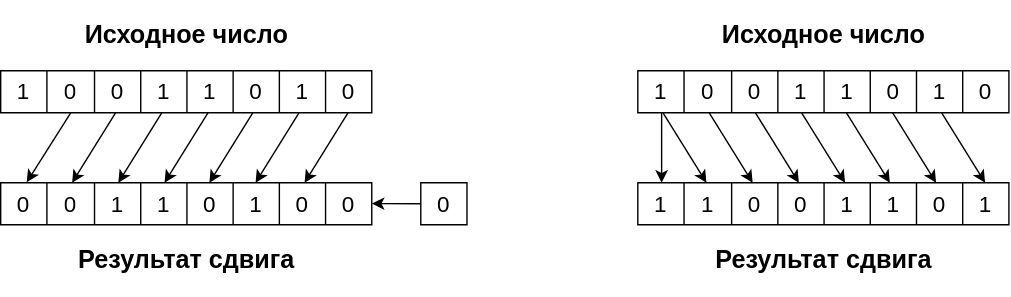
MPSU/APS keeps this draw.io diagram as .pic/Labs/lab_02_alu/fig_04.drawio.svg. Above is the earlier version. Source tidied: cells renumbered, new cells last; positions are measured from the earlier drawing's top-left corner, leaving out a move shared by most shapes.
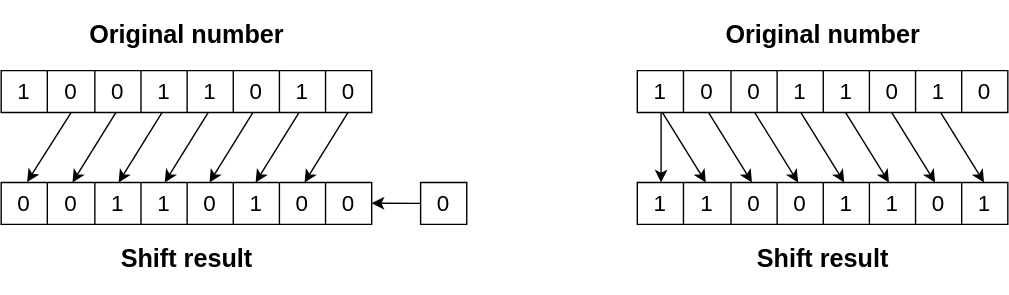
After the commit.

What changed in the source:
```diff
@@ -219,16 +219,16 @@
         <mxPoint x="504" y="120" as="targetPoint" />
       </mxGeometry>
     </mxCell>
-    <mxCell id="60" value="&lt;h2&gt;Исходное число&lt;/h2&gt;" style="text;html=1;align=center;verticalAlign=middle;whiteSpace=wrap;rounded=0;" parent="1" vertex="1">
+    <mxCell id="60" value="&lt;h2&gt;Original number&lt;/h2&gt;" style="text;html=1;align=center;verticalAlign=middle;whiteSpace=wrap;rounded=0;" parent="1" vertex="1">
       <mxGeometry x="47.5" width="170" height="30" as="geometry" />
     </mxCell>
-    <mxCell id="61" value="&lt;h2&gt;Результат сдвига&lt;/h2&gt;" style="text;html=1;align=center;verticalAlign=middle;whiteSpace=wrap;rounded=0;" parent="1" vertex="1">
+    <mxCell id="61" value="&lt;h2&gt;Shift result&lt;/h2&gt;" style="text;html=1;align=center;verticalAlign=middle;whiteSpace=wrap;rounded=0;" parent="1" vertex="1">
       <mxGeometry x="47.5" y="160" width="170" height="30" as="geometry" />
     </mxCell>
-    <mxCell id="62" value="&lt;h2&gt;Исходное число&lt;/h2&gt;" style="text;html=1;align=center;verticalAlign=middle;whiteSpace=wrap;rounded=0;" parent="1" vertex="1">
+    <mxCell id="62" value="&lt;h2&gt;Original number&lt;/h2&gt;" style="text;html=1;align=center;verticalAlign=middle;whiteSpace=wrap;rounded=0;" parent="1" vertex="1">
       <mxGeometry x="502.5" width="170" height="30" as="geometry" />
     </mxCell>
-    <mxCell id="63" value="&lt;h2&gt;Результат сдвига&lt;/h2&gt;" style="text;html=1;align=center;verticalAlign=middle;whiteSpace=wrap;rounded=0;" parent="1" vertex="1">
+    <mxCell id="63" value="&lt;h2&gt;Shift result&lt;/h2&gt;" style="text;html=1;align=center;verticalAlign=middle;whiteSpace=wrap;rounded=0;" parent="1" vertex="1">
       <mxGeometry x="502.5" y="160" width="170" height="30" as="geometry" />
     </mxCell>
     <mxCell id="64" style="endArrow=classic;html=1;rounded=0;" parent="1" edge="1">
```
